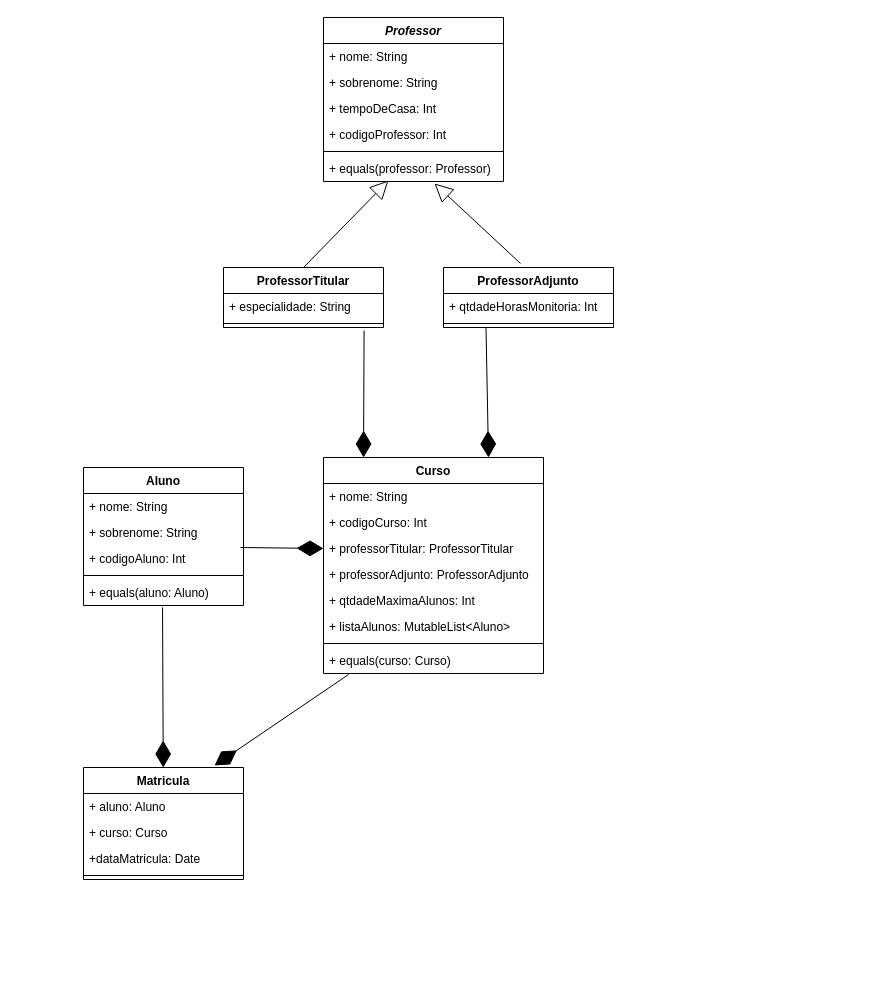
AlineCruzDEV/desafioKotlin keeps this draw.io diagram as src/br/digitalhouse/com/desafioKotlin/desafioKotlin.drawio. Above is the earlier version. Source tidied: cells renumbered, new cells numbered last; positions are measured from the earlier drawing's top-left corner, leaving out a move shared by most shapes. Both pictures are drawn from the tidied source at 100%, with x=0, y=0 at pixel (83, 17).
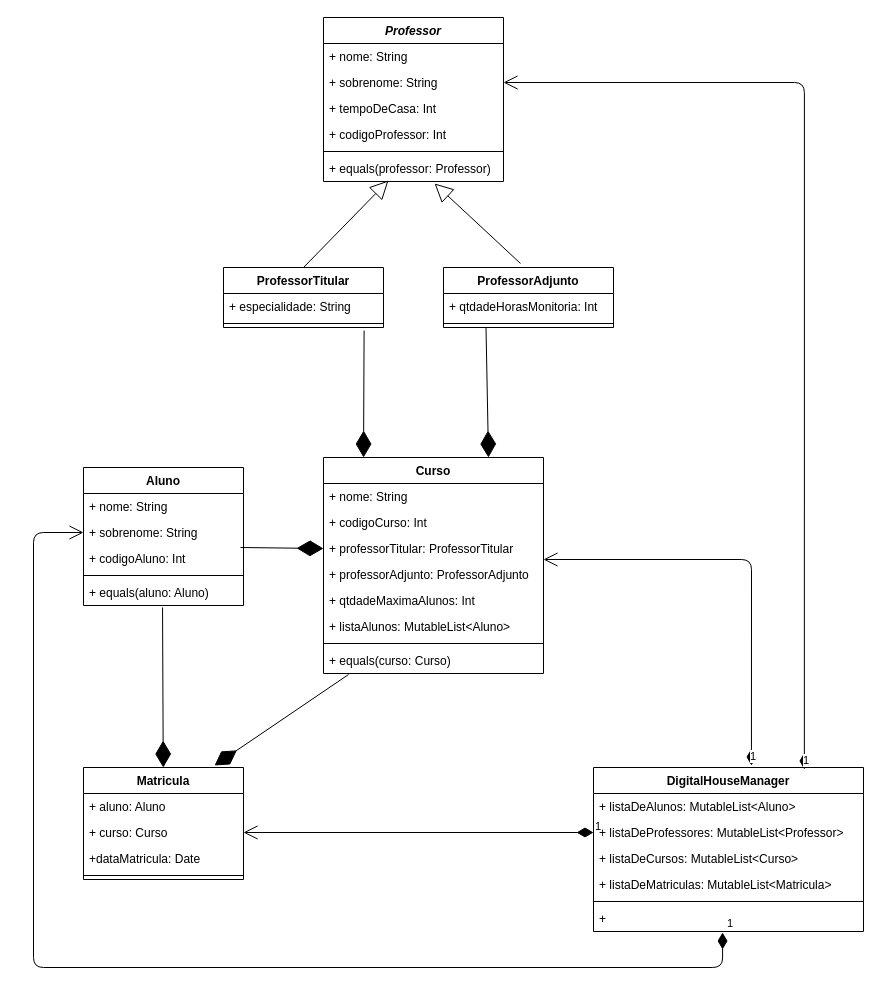
The same diagram, later.

Commit message (it also covers changes not shown here):
Parte G - Criacao inicial da Classe DigitalHouseManager

Unchanged cells that the change refers to:
```xml
<mxCell id="4" value="+ sobrenome: String" style="text;strokeColor=none;fillColor=none;align=left;verticalAlign=top;spacingLeft=4;spacingRight=4;overflow=hidden;points=[[0,0.5],[1,0.5]];portConstraint=eastwest;" parent="2" vertex="1">
  <mxGeometry y="52" width="180" height="26" as="geometry" />
</mxCell>
<mxCell id="19" value="+ sobrenome: String" style="text;strokeColor=none;fillColor=none;align=left;verticalAlign=top;spacingLeft=4;spacingRight=4;overflow=hidden;points=[[0,0.5],[1,0.5]];portConstraint=eastwest;" parent="17" vertex="1">
  <mxGeometry y="52" width="160" height="26" as="geometry" />
</mxCell>
<mxCell id="30" value="+ professorAdjunto: ProfessorAdjunto" style="text;strokeColor=none;fillColor=none;align=left;verticalAlign=top;spacingLeft=4;spacingRight=4;overflow=hidden;points=[[0,0.5],[1,0.5]];portConstraint=eastwest;" parent="26" vertex="1">
  <mxGeometry y="104" width="220" height="26" as="geometry" />
</mxCell>
<mxCell id="39" value="+ curso: Curso" style="text;strokeColor=none;fillColor=none;align=left;verticalAlign=top;spacingLeft=4;spacingRight=4;overflow=hidden;points=[[0,0.5],[1,0.5]];portConstraint=eastwest;" parent="37" vertex="1">
  <mxGeometry y="52" width="160" height="26" as="geometry" />
</mxCell>
```

The edit, as a diff of the source:
```diff
@@
+    <mxCell id="42" value="1" style="endArrow=open;html=1;endSize=12;startArrow=diamondThin;startSize=14;startFill=1;edgeStyle=orthogonalEdgeStyle;align=left;verticalAlign=bottom;exitX=0.585;exitY=-0.012;exitDx=0;exitDy=0;exitPerimeter=0;entryX=1;entryY=-0.077;entryDx=0;entryDy=0;entryPerimeter=0;" parent="1" edge="1" source="44" target="30">
+      <mxGeometry x="-1" y="3" relative="1" as="geometry" />
+    </mxCell>
+    <mxCell id="43" value="1" style="endArrow=open;html=1;endSize=12;startArrow=diamondThin;startSize=14;startFill=1;edgeStyle=orthogonalEdgeStyle;align=left;verticalAlign=bottom;exitX=0;exitY=0.5;exitDx=0;exitDy=0;entryX=1;entryY=0.5;entryDx=0;entryDy=0;" parent="1" edge="1" source="46" target="39">
+      <mxGeometry x="-1" y="3" relative="1" as="geometry" />
+    </mxCell>
+    <mxCell id="44" value="DigitalHouseManager" style="swimlane;fontStyle=1;align=center;verticalAlign=top;horizontal=1;startSize=26;" parent="1" vertex="1">
+      <mxGeometry x="510" y="750" width="270" height="164" as="geometry" />
+    </mxCell>
+    <mxCell id="45" value="+ listaDeAlunos: MutableList&lt;Aluno&gt;" style="text;strokeColor=none;fillColor=none;align=left;verticalAlign=top;spacingLeft=4;spacingRight=4;overflow=hidden;" parent="44" vertex="1">
+      <mxGeometry y="26" width="270" height="26" as="geometry" />
+    </mxCell>
+    <mxCell id="46" value="+ listaDeProfessores: MutableList&lt;Professor&gt;" style="text;strokeColor=none;fillColor=none;align=left;verticalAlign=top;spacingLeft=4;spacingRight=4;overflow=hidden;points=[[0,0.5],[1,0.5]];portConstraint=eastwest;" parent="44" vertex="1">
+      <mxGeometry y="52" width="270" height="26" as="geometry" />
+    </mxCell>
+    <mxCell id="47" value="+ listaDeCursos: MutableList&lt;Curso&gt;" style="text;strokeColor=none;fillColor=none;align=left;verticalAlign=top;spacingLeft=4;spacingRight=4;overflow=hidden;" parent="44" vertex="1">
+      <mxGeometry y="78" width="270" height="26" as="geometry" />
+    </mxCell>
+    <mxCell id="48" value="+ listaDeMatriculas: MutableList&lt;Matricula&gt;" style="text;strokeColor=none;fillColor=none;align=left;verticalAlign=top;spacingLeft=4;spacingRight=4;overflow=hidden;" parent="44" vertex="1">
+      <mxGeometry y="104" width="270" height="26" as="geometry" />
+    </mxCell>
+    <mxCell id="49" style="line;strokeWidth=1;fillColor=none;align=left;verticalAlign=middle;spacingTop=-1;spacingLeft=3;spacingRight=3;labelPosition=right;" parent="44" vertex="1">
+      <mxGeometry y="130" width="270" height="8" as="geometry" />
+    </mxCell>
+    <mxCell id="50" value="+ " style="text;strokeColor=none;fillColor=none;align=left;verticalAlign=top;spacingLeft=4;spacingRight=4;overflow=hidden;points=[[0,0.5],[1,0.5]];portConstraint=eastwest;" parent="44" vertex="1">
+      <mxGeometry y="138" width="270" height="26" as="geometry" />
+    </mxCell>
+    <mxCell id="51" value="1" style="endArrow=open;html=1;endSize=12;startArrow=diamondThin;startSize=14;startFill=1;edgeStyle=orthogonalEdgeStyle;align=left;verticalAlign=bottom;exitX=0.781;exitY=0.012;exitDx=0;exitDy=0;exitPerimeter=0;entryX=1;entryY=0.5;entryDx=0;entryDy=0;" parent="1" edge="1" source="44" target="4">
+      <mxGeometry x="-1" y="3" relative="1" as="geometry" />
+    </mxCell>
+    <mxCell id="52" value="1" style="endArrow=open;html=1;endSize=12;startArrow=diamondThin;startSize=14;startFill=1;edgeStyle=orthogonalEdgeStyle;align=left;verticalAlign=bottom;exitX=0.478;exitY=1.038;exitDx=0;exitDy=0;entryX=0;entryY=0.5;entryDx=0;entryDy=0;exitPerimeter=0;" parent="1" edge="1" source="50" target="19">
+      <mxGeometry x="-1" y="3" relative="1" as="geometry">
+        <Array as="points">
+          <mxPoint x="639" y="950" />
+          <mxPoint x="-50" y="950" />
+          <mxPoint x="-50" y="515" />
+        </Array>
+      </mxGeometry>
+    </mxCell>
```
